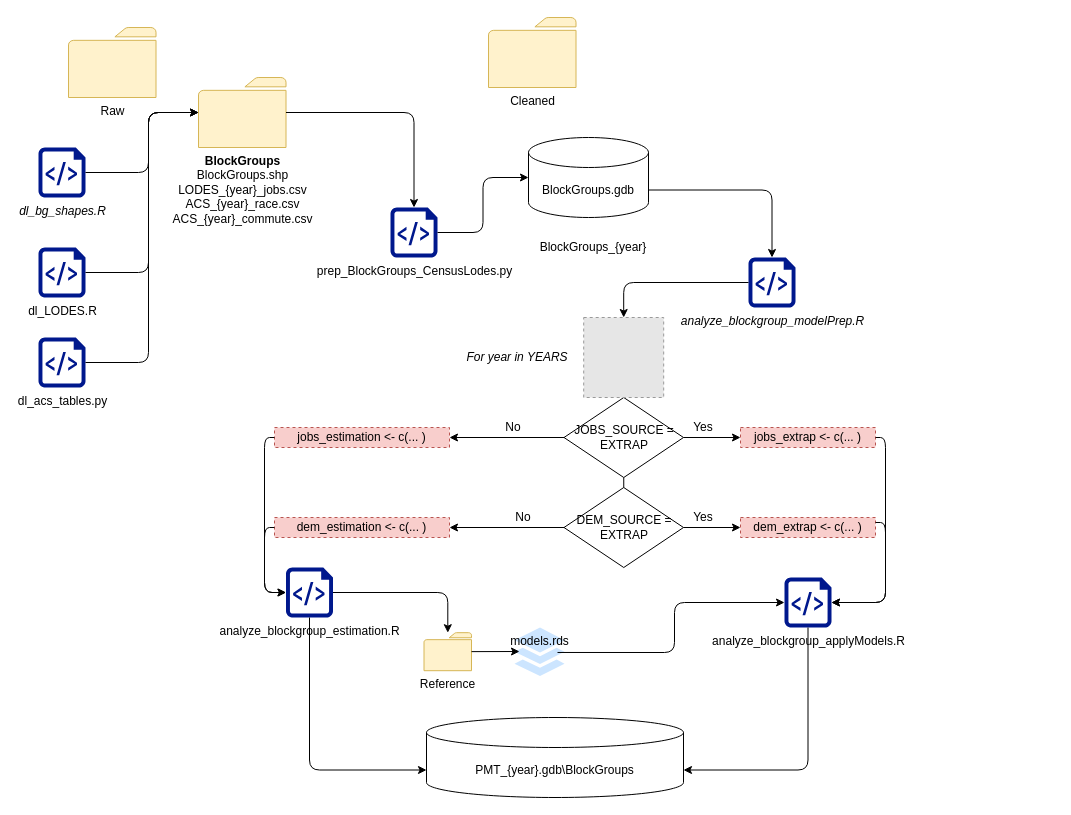
renaissanceplanning/Miami-TOD-PMT keeps this draw.io diagram as page "BG_Exrapolation" (3 of 3) of process_diagrams.drawio. Above is the earlier version. Source tidied: cells renumbered, new cells numbered last; positions are measured from the earlier drawing's top-left corner, leaving out a move shared by most shapes. Both pictures are drawn from the tidied source at 100%, with x=0, y=0 at pixel (38, 17). Pictures stored in the file or linked from it are replaced by grey dashed boxes.
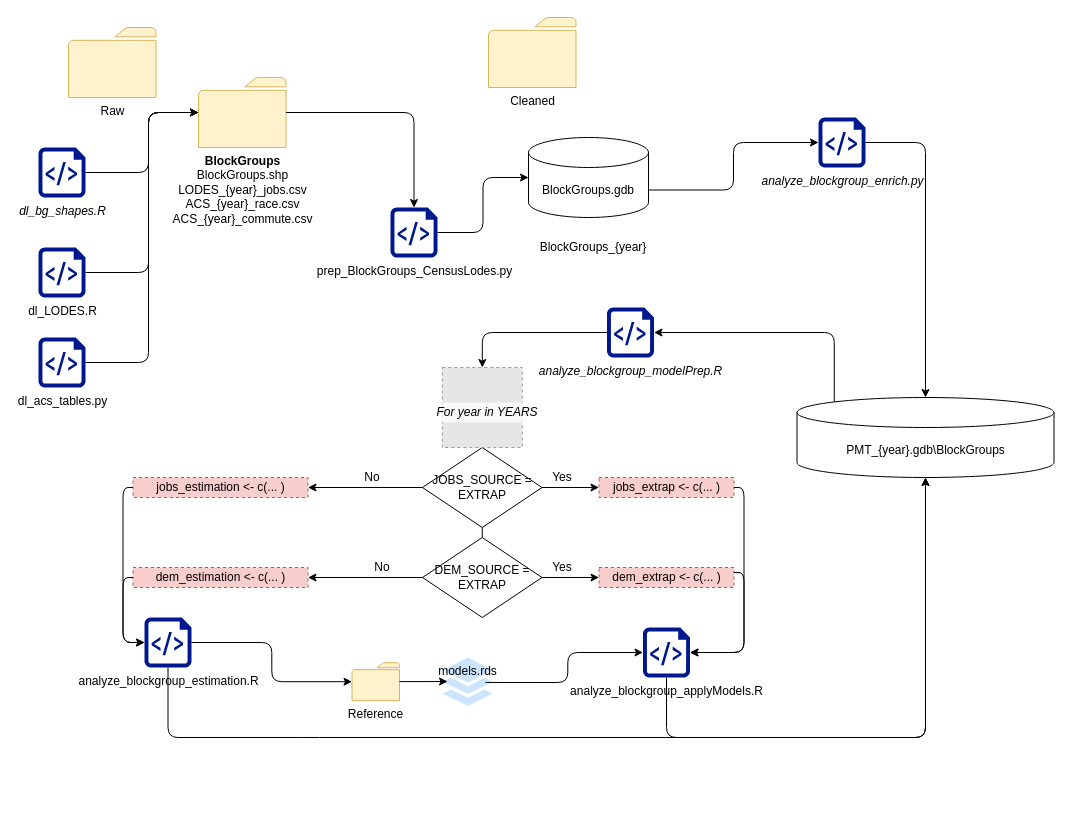
After the change.

Commit message:
add enrichment to BG extrap diagram

The change refers to these unchanged cells:
```xml
<mxCell id="8" value="BlockGroups.gdb" style="shape=cylinder3;whiteSpace=wrap;html=1;boundedLbl=1;backgroundOutline=1;size=15;" parent="1" vertex="1">
  <mxGeometry x="490" y="120" width="120" height="80" as="geometry" />
</mxCell>
```

Change to the diagram source:
```diff
@@
     <mxCell id="11" value="PMT_{year}.gdb\BlockGroups" style="shape=cylinder3;whiteSpace=wrap;html=1;boundedLbl=1;backgroundOutline=1;size=15;" parent="1" vertex="1">
-      <mxGeometry x="388" y="700" width="257" height="80" as="geometry" />
+      <mxGeometry x="758.5" y="380" width="257" height="80" as="geometry" />
     </mxCell>
     <mxCell id="12" value="analyze_blockgroup_estimation.R" style="shadow=0;dashed=0;html=1;strokeColor=none;labelPosition=center;verticalLabelPosition=bottom;verticalAlign=top;align=center;fillColor=#00188D;shape=mxgraph.azure.script_file;" parent="1" vertex="1">
-      <mxGeometry x="247.5" y="550" width="47" height="50" as="geometry" />
+      <mxGeometry x="106" y="600" width="47" height="50" as="geometry" />
     </mxCell>
     <mxCell id="13" value="analyze_blockgroup_applyModels.R" style="shadow=0;dashed=0;html=1;strokeColor=none;labelPosition=center;verticalLabelPosition=bottom;verticalAlign=top;align=center;fillColor=#00188D;shape=mxgraph.azure.script_file;" parent="1" vertex="1">
-      <mxGeometry x="746" y="560" width="47" height="50" as="geometry" />
+      <mxGeometry x="604.5" y="610" width="47" height="50" as="geometry" />
     </mxCell>
     <mxCell id="14" value="JOBS_SOURCE = EXTRAP" style="rhombus;whiteSpace=wrap;html=1;" parent="1" vertex="1">
-      <mxGeometry x="525.5" y="380" width="119.5" height="80" as="geometry" />
+      <mxGeometry x="384" y="430" width="119.5" height="80" as="geometry" />
     </mxCell>
     <mxCell id="15" value="DEM_SOURCE = EXTRAP" style="rhombus;whiteSpace=wrap;html=1;" parent="1" vertex="1">
-      <mxGeometry x="525.5" y="470" width="119.5" height="80" as="geometry" />
+      <mxGeometry x="384" y="520" width="119.5" height="80" as="geometry" />
     </mxCell>
@@
-    <mxCell id="17" value="For year in YEARS" style="text;html=1;strokeColor=none;fillColor=none;align=center;verticalAlign=middle;whiteSpace=wrap;rounded=0;dashed=1;fontStyle=2;" parent="1" vertex="1">
-      <mxGeometry x="394" y="330" width="170" height="20" as="geometry" />
-    </mxCell>
     <mxCell id="18" value="jobs_estimation &amp;lt;- c(... )" style="text;html=1;strokeColor=#b85450;fillColor=#f8cecc;align=center;verticalAlign=middle;whiteSpace=wrap;rounded=0;dashed=1;" parent="1" vertex="1">
-      <mxGeometry x="236" y="410" width="175" height="20" as="geometry" />
+      <mxGeometry x="94.5" y="460" width="175" height="20" as="geometry" />
     </mxCell>
@@
     <mxCell id="20" value="No" style="text;html=1;strokeColor=none;fillColor=none;align=center;verticalAlign=middle;whiteSpace=wrap;rounded=0;dashed=1;" parent="1" vertex="1">
-      <mxGeometry x="465" y="490" width="40" height="20" as="geometry" />
+      <mxGeometry x="323.5" y="540" width="40" height="20" as="geometry" />
     </mxCell>
     <mxCell id="21" value="dem_estimation &amp;lt;- c(... )" style="text;html=1;strokeColor=#b85450;fillColor=#f8cecc;align=center;verticalAlign=middle;whiteSpace=wrap;rounded=0;dashed=1;" parent="1" vertex="1">
-      <mxGeometry x="236" y="500" width="175" height="20" as="geometry" />
+      <mxGeometry x="94.5" y="550" width="175" height="20" as="geometry" />
     </mxCell>
@@
     <mxCell id="23" value="No" style="text;html=1;strokeColor=none;fillColor=none;align=center;verticalAlign=middle;whiteSpace=wrap;rounded=0;dashed=1;" parent="1" vertex="1">
-      <mxGeometry x="455" y="400" width="40" height="20" as="geometry" />
+      <mxGeometry x="313.5" y="450" width="40" height="20" as="geometry" />
     </mxCell>
     <mxCell id="24" style="fillColor=#E6E6E6;strokeColor=#999999;dashed=1;html=1;verticalAlign=top;verticalLabelPosition=bottom;labelBackgroundColor=#ffffff;" parent="1" vertex="1">
-      <mxGeometry x="545.2" y="300" width="80" height="80" as="geometry" />
+      <mxGeometry x="403.8" y="350" width="80" height="80" as="geometry" />
     </mxCell>
-    <mxCell id="25" style="endArrow=classic;html=1;exitX=1;exitY=0;exitDx=0;exitDy=52.5;exitPerimeter=0;entryX=0.5;entryY=0;entryDx=0;entryDy=0;edgeStyle=orthogonalEdgeStyle;entryPerimeter=0;" parent="1" edge="1" source="8" target="48">
+    <mxCell id="25" style="endArrow=classic;html=1;exitX=1;exitY=0;exitDx=0;exitDy=52.5;exitPerimeter=0;entryX=0;entryY=0.5;entryDx=0;entryDy=0;edgeStyle=orthogonalEdgeStyle;entryPerimeter=0;" parent="1" edge="1" source="8" target="48">
       <mxGeometry relative="1" as="geometry" />
     </mxCell>
-    <mxCell id="26" style="endArrow=classic;html=1;exitX=1;exitY=0.5;exitDx=0;exitDy=0;" parent="1" edge="1" source="14">
-      <mxGeometry relative="1" as="geometry">
-        <mxPoint x="702" y="420" as="targetPoint" />
-      </mxGeometry>
+    <mxCell id="26" style="endArrow=classic;html=1;exitX=1;exitY=0.5;exitDx=0;exitDy=0;entryX=0;entryY=0.5;entryDx=0;entryDy=0;" parent="1" edge="1" source="14" target="27">
+      <mxGeometry relative="1" as="geometry" />
     </mxCell>
     <mxCell id="27" value="jobs_extrap &amp;lt;- c(... )" style="text;html=1;strokeColor=#b85450;fillColor=#f8cecc;align=center;verticalAlign=middle;whiteSpace=wrap;rounded=0;dashed=1;" parent="1" vertex="1">
-      <mxGeometry x="702" y="410" width="135" height="20" as="geometry" />
+      <mxGeometry x="560.5" y="460" width="135" height="20" as="geometry" />
     </mxCell>
     <mxCell id="28" value="dem_extrap &amp;lt;- c(... )" style="text;html=1;strokeColor=#b85450;fillColor=#f8cecc;align=center;verticalAlign=middle;whiteSpace=wrap;rounded=0;dashed=1;" parent="1" vertex="1">
-      <mxGeometry x="702" y="500" width="135" height="20" as="geometry" />
+      <mxGeometry x="560.5" y="550" width="135" height="20" as="geometry" />
     </mxCell>
@@
     <mxCell id="30" value="Yes" style="text;html=1;strokeColor=none;fillColor=none;align=center;verticalAlign=middle;whiteSpace=wrap;rounded=0;dashed=1;" parent="1" vertex="1">
-      <mxGeometry x="645" y="400" width="40" height="20" as="geometry" />
+      <mxGeometry x="503.5" y="450" width="40" height="20" as="geometry" />
     </mxCell>
     <mxCell id="31" value="Yes" style="text;html=1;strokeColor=none;fillColor=none;align=center;verticalAlign=middle;whiteSpace=wrap;rounded=0;dashed=1;" parent="1" vertex="1">
-      <mxGeometry x="645" y="490" width="40" height="20" as="geometry" />
+      <mxGeometry x="503.5" y="540" width="40" height="20" as="geometry" />
     </mxCell>
@@
     <mxCell id="34" value="Reference" style="shadow=0;dashed=0;html=1;labelPosition=center;verticalLabelPosition=bottom;verticalAlign=top;outlineConnect=0;align=center;shape=mxgraph.office.concepts.folder;fillColor=#fff2cc;strokeColor=#d6b656;" parent="1" vertex="1">
-      <mxGeometry x="385.5" y="615.2" width="47.5" height="38" as="geometry" />
+      <mxGeometry x="313.5" y="645.2" width="47.5" height="38" as="geometry" />
     </mxCell>
     <mxCell id="35" value="models.rds" style="html=1;strokeColor=none;shadow=0;align=center;verticalAlign=top;shape=mxgraph.gcp2.files;dashed=1;fillColor=#CCE5FF;" parent="1" vertex="1">
-      <mxGeometry x="476" y="610" width="50" height="48.5" as="geometry" />
+      <mxGeometry x="404" y="640" width="50" height="48.5" as="geometry" />
     </mxCell>
@@
-    <mxCell id="41" style="endArrow=classic;html=1;edgeStyle=orthogonalEdgeStyle;entryX=0;entryY=0;entryDx=0;entryDy=52.5;entryPerimeter=0;exitX=0.5;exitY=1;exitDx=0;exitDy=0;exitPerimeter=0;" parent="1" edge="1" source="12" target="11">
-      <mxGeometry relative="1" as="geometry" />
+    <mxCell id="41" style="endArrow=classic;html=1;edgeStyle=orthogonalEdgeStyle;entryX=0.5;entryY=1;entryDx=0;entryDy=0;entryPerimeter=0;exitX=0.5;exitY=1;exitDx=0;exitDy=0;exitPerimeter=0;" parent="1" edge="1" source="12" target="11">
+      <mxGeometry relative="1" as="geometry">
+        <Array as="points">
+          <mxPoint x="271" y="720" />
+          <mxPoint x="1029" y="720" />
+        </Array>
+      </mxGeometry>
     </mxCell>
-    <mxCell id="42" style="endArrow=classic;html=1;edgeStyle=orthogonalEdgeStyle;entryX=1;entryY=0;entryDx=0;entryDy=52.5;entryPerimeter=0;exitX=0.5;exitY=1;exitDx=0;exitDy=0;exitPerimeter=0;" parent="1" edge="1" source="13" target="11">
-      <mxGeometry relative="1" as="geometry" />
+    <mxCell id="42" style="endArrow=classic;html=1;edgeStyle=orthogonalEdgeStyle;entryX=0.5;entryY=1;entryDx=0;entryDy=0;entryPerimeter=0;exitX=0.5;exitY=1;exitDx=0;exitDy=0;exitPerimeter=0;" parent="1" edge="1" source="13" target="11">
+      <mxGeometry relative="1" as="geometry">
+        <Array as="points">
+          <mxPoint x="770" y="720" />
+          <mxPoint x="1029" y="720" />
+        </Array>
+      </mxGeometry>
     </mxCell>
@@
+    <mxCell id="50" style="rounded=1;jettySize=auto;html=1;exitX=1;exitY=0.5;exitDx=0;exitDy=0;exitPerimeter=0;entryX=0.5;entryY=0;entryDx=0;entryDy=0;entryPerimeter=0;endArrow=classic;endFill=1;edgeStyle=orthogonalEdgeStyle;" parent="1" edge="1" source="48" target="11">
+      <mxGeometry relative="1" as="geometry" />
+    </mxCell>
-    <mxCell id="48" value="analyze_blockgroup_modelPrep.R" style="shadow=0;dashed=0;html=1;strokeColor=none;labelPosition=center;verticalLabelPosition=bottom;verticalAlign=top;align=center;fillColor=#00188D;shape=mxgraph.azure.script_file;fontStyle=2;" parent="1" vertex="1">
-      <mxGeometry x="710" y="240" width="47" height="50" as="geometry" />
+    <mxCell id="48" value="&lt;div&gt;analyze_blockgroup_enrich.py&lt;/div&gt;" style="shadow=0;dashed=0;html=1;strokeColor=none;labelPosition=center;verticalLabelPosition=bottom;verticalAlign=top;align=center;fillColor=#00188D;shape=mxgraph.azure.script_file;fontStyle=2;" parent="1" vertex="1">
+      <mxGeometry x="780" y="100" width="47" height="50" as="geometry" />
     </mxCell>
-    <mxCell id="49" style="endArrow=classic;html=1;exitX=0;exitY=0.5;exitDx=0;exitDy=0;exitPerimeter=0;edgeStyle=orthogonalEdgeStyle;" parent="1" edge="1" source="48" target="24">
+    <mxCell id="49" style="endArrow=classic;html=1;exitX=0;exitY=0.5;exitDx=0;exitDy=0;exitPerimeter=0;edgeStyle=orthogonalEdgeStyle;" parent="1" edge="1" source="51" target="24">
       <mxGeometry relative="1" as="geometry" />
     </mxCell>
+    <mxCell id="51" value="analyze_blockgroup_modelPrep.R" style="shadow=0;dashed=0;html=1;strokeColor=none;labelPosition=center;verticalLabelPosition=bottom;verticalAlign=top;align=center;fillColor=#00188D;shape=mxgraph.azure.script_file;fontStyle=2;" parent="1" vertex="1">
+      <mxGeometry x="568.5" y="290" width="47" height="50" as="geometry" />
+    </mxCell>
+    <mxCell id="52" style="endArrow=classic;html=1;exitX=0.145;exitY=0;exitDx=0;exitDy=4.35;exitPerimeter=0;edgeStyle=orthogonalEdgeStyle;entryX=1;entryY=0.5;entryDx=0;entryDy=0;entryPerimeter=0;" parent="1" edge="1" source="11" target="51">
+      <mxGeometry relative="1" as="geometry">
+        <Array as="points">
+          <mxPoint x="796" y="315" />
+        </Array>
+      </mxGeometry>
+    </mxCell>
+    <mxCell id="17" value="For year in YEARS" style="text;html=1;align=center;verticalAlign=middle;whiteSpace=wrap;rounded=0;dashed=1;fontStyle=2;fillColor=#FFFFFF;opacity=75;" parent="1" vertex="1">
+      <mxGeometry x="363.5" y="385" width="170" height="20" as="geometry" />
+    </mxCell>
```
